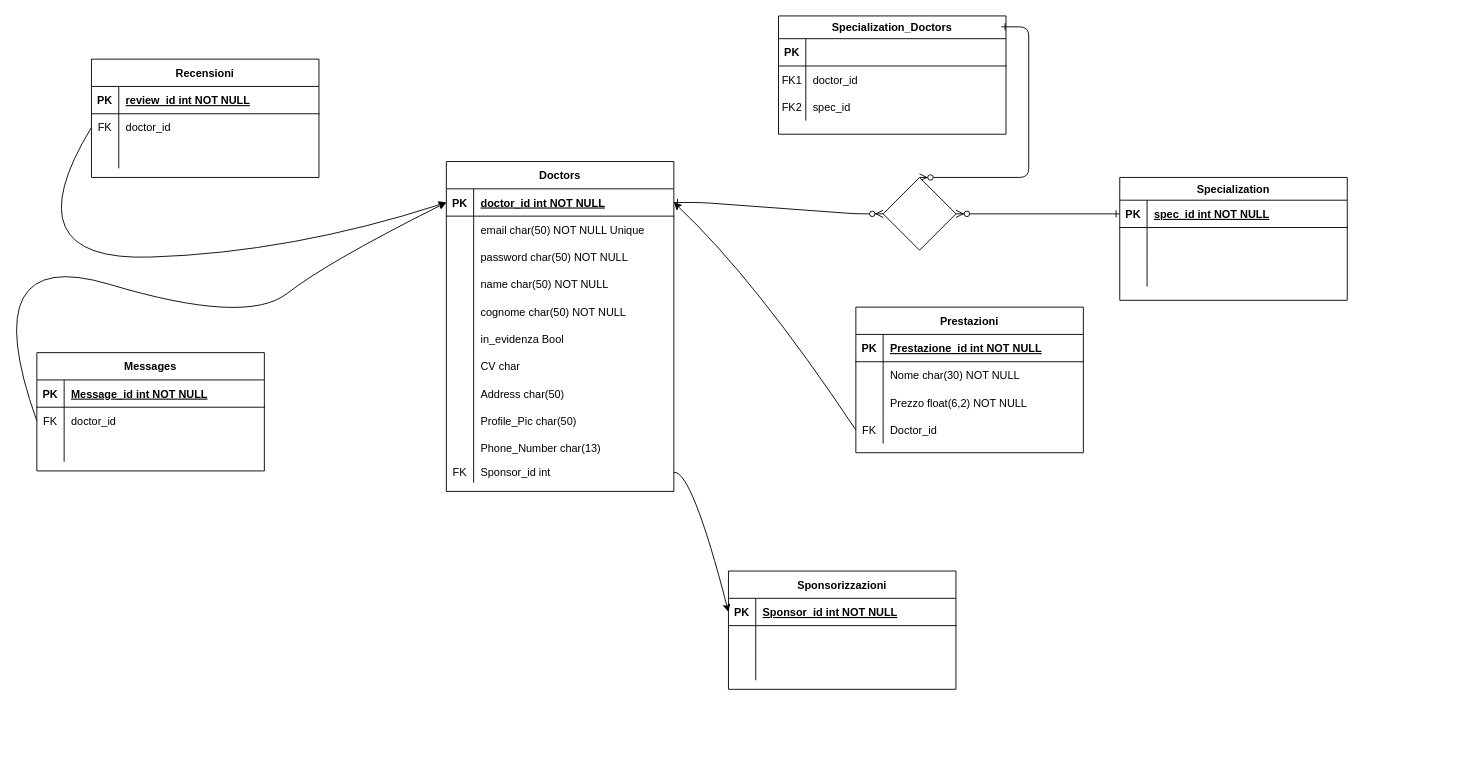
The draw.io diagram 8Doctors.drawio in AlessandroGCatino/CodingChallengeCatino, before the edit. Source tidied: cells renumbered, new cells numbered last; positions are measured from the earlier drawing's top-left corner, leaving out a move shared by most shapes. Both pictures are drawn from the tidied source at 91%, with x=0, y=0 at pixel (-27, 15).
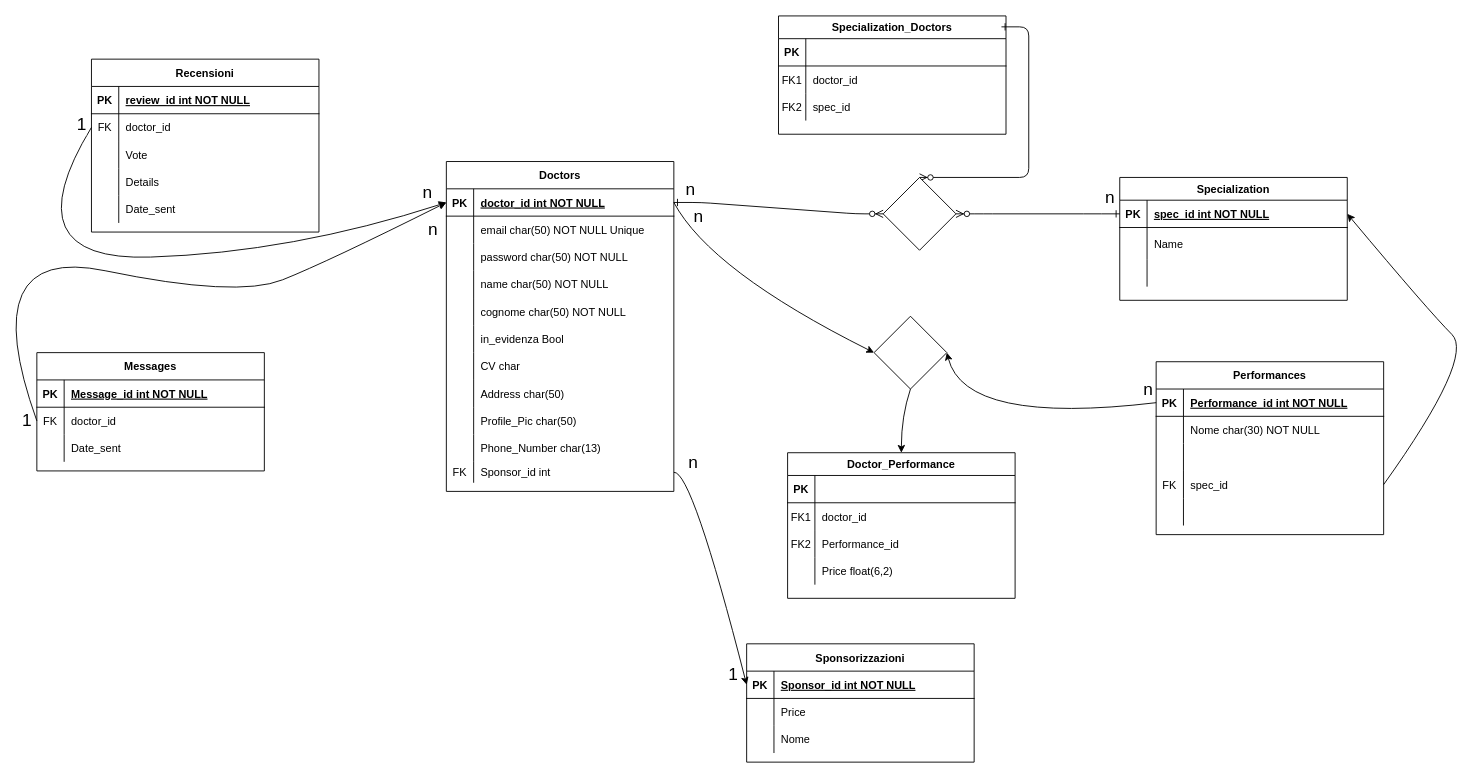
The same diagram, later.

The change refers to these unchanged cells:
```xml
<mxCell id="2" style="edgeStyle=entityRelationEdgeStyle;endArrow=ERzeroToMany;startArrow=ERone;endFill=1;startFill=0;entryX=0;entryY=0.5;entryDx=0;entryDy=0;" parent="1" edge="1" source="14" target="59">
  <mxGeometry relative="1" as="geometry" />
</mxCell>
<mxCell id="4" style="shape=partialRectangle;fillColor=none;points=[[0,0.5],[1,0.5]];portConstraint=eastwest;top=0;left=0;right=0;bottom=1;" parent="3" vertex="1">
  <mxGeometry y="25" width="250" height="30" as="geometry" />
</mxCell>
<mxCell id="7" style="shape=partialRectangle;fillColor=none;top=0;left=0;right=0;bottom=0;" parent="3" vertex="1">
  <mxGeometry y="55" width="250" height="35" as="geometry" />
</mxCell>
<mxCell id="14" style="shape=partialRectangle;fillColor=none;points=[[0,0.5],[1,0.5]];portConstraint=eastwest;top=0;left=0;right=0;bottom=1;" parent="13" vertex="1">
  <mxGeometry y="30" width="250" height="30" as="geometry" />
</mxCell>
<mxCell id="67" style="shape=partialRectangle;fillColor=none;top=0;left=0;right=0;bottom=0;" parent="60" vertex="1">
  <mxGeometry y="90" width="250" height="30" as="geometry" />
</mxCell>
<mxCell id="75" style="shape=partialRectangle;fillColor=none;points=[[0,0.5],[1,0.5]];portConstraint=eastwest;top=0;left=0;right=0;bottom=0;" parent="71" vertex="1">
  <mxGeometry y="60" width="250" height="30" as="geometry" />
</mxCell>
<mxCell id="78" style="shape=partialRectangle;fillColor=none;top=0;left=0;right=0;bottom=0;" parent="71" vertex="1">
  <mxGeometry y="90" width="250" height="30" as="geometry" />
</mxCell>
<mxCell id="86" style="shape=partialRectangle;fillColor=none;top=0;left=0;right=0;bottom=0;" parent="82" vertex="1">
  <mxGeometry y="60" width="250" height="30" as="geometry" />
</mxCell>
<mxCell id="89" style="shape=partialRectangle;fillColor=none;top=0;left=0;right=0;bottom=0;" parent="82" vertex="1">
  <mxGeometry y="90" width="250" height="30" as="geometry" />
</mxCell>
<mxCell id="94" style="shape=partialRectangle;fillColor=none;points=[[0,0.5],[1,0.5]];portConstraint=eastwest;top=0;left=0;right=0;bottom=1;" parent="93" vertex="1">
  <mxGeometry y="30" width="250" height="30" as="geometry" />
</mxCell>
```

The edit, as a diff of the source:
```diff
@@
+    <mxCell id="107" value="n" style="edgeLabel;html=1;align=center;verticalAlign=middle;fontSize=19;" parent="2" vertex="1">
+      <mxGeometry x="-0.85" y="8" relative="1" as="geometry">
+        <mxPoint y="-7" as="offset" />
+      </mxGeometry>
+    </mxCell>
@@
-    <mxCell id="9" style="shape=partialRectangle;overflow=hidden;fillColor=none;top=0;left=0;bottom=0;right=0;align=left;spacingLeft=6;" parent="7" vertex="1">
+    <mxCell id="9" value="Name" style="shape=partialRectangle;overflow=hidden;fillColor=none;top=0;left=0;bottom=0;right=0;align=left;spacingLeft=6;" parent="7" vertex="1">
       <mxGeometry x="30" width="220" height="35" as="geometry" />
     </mxCell>
@@
     <mxCell id="60" value="Recensioni" style="shape=table;startSize=30;childLayout=tableLayout;rowLines=0;fontStyle=1;align=center;" parent="1" vertex="1">
-      <mxGeometry x="130" y="47.5" width="250" height="130" as="geometry" />
+      <mxGeometry x="130" y="47.5" width="250" height="190" as="geometry" />
     </mxCell>
@@
-    <mxCell id="69" style="shape=partialRectangle;overflow=hidden;fillColor=none;top=0;left=0;bottom=0;right=0;align=left;spacingLeft=6;" parent="67" vertex="1">
+    <mxCell id="69" value="Vote" style="shape=partialRectangle;overflow=hidden;fillColor=none;top=0;left=0;bottom=0;right=0;align=left;spacingLeft=6;" parent="67" vertex="1">
       <mxGeometry x="30" width="220" height="30" as="geometry" />
     </mxCell>
+    <mxCell id="108" style="shape=partialRectangle;fillColor=none;top=0;left=0;right=0;bottom=0;" parent="60" vertex="1">
+      <mxGeometry y="120" width="250" height="30" as="geometry" />
+    </mxCell>
+    <mxCell id="109" style="shape=partialRectangle;overflow=hidden;fillColor=none;top=0;left=0;bottom=0;right=0;" parent="108" vertex="1">
+      <mxGeometry width="30" height="30" as="geometry" />
+    </mxCell>
+    <mxCell id="110" value="Details" style="shape=partialRectangle;overflow=hidden;fillColor=none;top=0;left=0;bottom=0;right=0;align=left;spacingLeft=6;" parent="108" vertex="1">
+      <mxGeometry x="30" width="220" height="30" as="geometry" />
+    </mxCell>
+    <mxCell id="111" style="shape=partialRectangle;fillColor=none;top=0;left=0;right=0;bottom=0;" parent="60" vertex="1">
+      <mxGeometry y="150" width="250" height="30" as="geometry" />
+    </mxCell>
+    <mxCell id="112" style="shape=partialRectangle;overflow=hidden;fillColor=none;top=0;left=0;bottom=0;right=0;" parent="111" vertex="1">
+      <mxGeometry width="30" height="30" as="geometry" />
+    </mxCell>
+    <mxCell id="113" value="Date_sent" style="shape=partialRectangle;overflow=hidden;fillColor=none;top=0;left=0;bottom=0;right=0;align=left;spacingLeft=6;" parent="111" vertex="1">
+      <mxGeometry x="30" width="220" height="30" as="geometry" />
+    </mxCell>
@@
-    <mxCell id="80" style="shape=partialRectangle;overflow=hidden;fillColor=none;top=0;left=0;bottom=0;right=0;align=left;spacingLeft=6;" parent="78" vertex="1">
+    <mxCell id="80" value="Date_sent" style="shape=partialRectangle;overflow=hidden;fillColor=none;top=0;left=0;bottom=0;right=0;align=left;spacingLeft=6;" parent="78" vertex="1">
       <mxGeometry x="30" width="220" height="30" as="geometry" />
     </mxCell>
     <mxCell id="81" style="curved=1;endArrow=classic;html=1;rounded=0;entryX=0;entryY=0.5;entryDx=0;entryDy=0;exitX=0;exitY=0.5;exitDx=0;exitDy=0;" parent="1" edge="1" source="75" target="14">
       <mxGeometry relative="1" as="geometry">
         <Array as="points">
           <mxPoint y="250" />
-          <mxPoint x="300" y="340" />
+          <mxPoint x="290" y="310" />
           <mxPoint x="390" y="270" />
         </Array>
       </mxGeometry>
     </mxCell>
     <mxCell id="82" value="Sponsorizzazioni" style="shape=table;startSize=30;childLayout=tableLayout;rowLines=0;fontStyle=1;align=center;" parent="1" vertex="1">
-      <mxGeometry x="830" y="610" width="250" height="130" as="geometry" />
+      <mxGeometry x="850" y="690" width="250" height="130" as="geometry" />
     </mxCell>
@@
-    <mxCell id="88" style="shape=partialRectangle;overflow=hidden;fillColor=none;top=0;left=0;bottom=0;right=0;align=left;spacingLeft=6;" parent="86" vertex="1">
+    <mxCell id="88" value="Price" style="shape=partialRectangle;overflow=hidden;fillColor=none;top=0;left=0;bottom=0;right=0;align=left;spacingLeft=6;" parent="86" vertex="1">
       <mxGeometry x="30" width="220" height="30" as="geometry" />
     </mxCell>
@@
-    <mxCell id="91" style="shape=partialRectangle;overflow=hidden;fillColor=none;top=0;left=0;bottom=0;right=0;align=left;spacingLeft=6;" parent="89" vertex="1">
+    <mxCell id="91" value="Nome" style="shape=partialRectangle;overflow=hidden;fillColor=none;top=0;left=0;bottom=0;right=0;align=left;spacingLeft=6;" parent="89" vertex="1">
       <mxGeometry x="30" width="220" height="30" as="geometry" />
     </mxCell>
@@
-    <mxCell id="93" value="Prestazioni" style="shape=table;startSize=30;childLayout=tableLayout;rowLines=0;fontStyle=1;align=center;" parent="1" vertex="1">
-      <mxGeometry x="970" y="320" width="250" height="160" as="geometry" />
+    <mxCell id="93" value="Performances" style="shape=table;startSize=30;childLayout=tableLayout;rowLines=0;fontStyle=1;align=center;" parent="1" vertex="1">
+      <mxGeometry x="1300" y="380" width="250" height="190" as="geometry" />
     </mxCell>
@@
-    <mxCell id="96" value="Prestazione_id int NOT NULL " style="shape=partialRectangle;overflow=hidden;fillColor=none;top=0;left=0;bottom=0;right=0;align=left;spacingLeft=6;fontStyle=5;" parent="94" vertex="1">
+    <mxCell id="96" value="Performance_id int NOT NULL " style="shape=partialRectangle;overflow=hidden;fillColor=none;top=0;left=0;bottom=0;right=0;align=left;spacingLeft=6;fontStyle=5;" parent="94" vertex="1">
       <mxGeometry x="30" width="220" height="30" as="geometry" />
     </mxCell>
@@
+    <mxCell id="114" style="shape=partialRectangle;fillColor=none;top=0;left=0;right=0;bottom=0;" parent="93" vertex="1">
+      <mxGeometry y="90" width="250" height="30" as="geometry" />
+    </mxCell>
+    <mxCell id="115" style="shape=partialRectangle;overflow=hidden;fillColor=none;top=0;left=0;bottom=0;right=0;" parent="114" vertex="1">
+      <mxGeometry width="30" height="30" as="geometry" />
+    </mxCell>
+    <mxCell id="116" style="shape=partialRectangle;overflow=hidden;fillColor=none;top=0;left=0;bottom=0;right=0;align=left;spacingLeft=6;" parent="114" vertex="1">
+      <mxGeometry x="30" width="220" height="30" as="geometry" />
+    </mxCell>
     <mxCell id="100" style="shape=partialRectangle;fillColor=none;points=[[0,0.5],[1,0.5]];portConstraint=eastwest;top=0;left=0;right=0;bottom=0;" parent="93" vertex="1">
-      <mxGeometry y="90" width="250" height="30" as="geometry" />
+      <mxGeometry y="120" width="250" height="30" as="geometry" />
     </mxCell>
-    <mxCell id="101" style="shape=partialRectangle;overflow=hidden;fillColor=none;top=0;left=0;bottom=0;right=0;" parent="100" vertex="1">
+    <mxCell id="101" value="FK" style="shape=partialRectangle;overflow=hidden;fillColor=none;top=0;left=0;bottom=0;right=0;" parent="100" vertex="1">
       <mxGeometry width="30" height="30" as="geometry" />
     </mxCell>
-    <mxCell id="102" value="Prezzo float(6,2) NOT NULL " style="shape=partialRectangle;overflow=hidden;fillColor=none;top=0;left=0;bottom=0;right=0;align=left;spacingLeft=6;" parent="100" vertex="1">
+    <mxCell id="102" value="spec_id" style="shape=partialRectangle;overflow=hidden;fillColor=none;top=0;left=0;bottom=0;right=0;align=left;spacingLeft=6;" parent="100" vertex="1">
       <mxGeometry x="30" width="220" height="30" as="geometry" />
     </mxCell>
     <mxCell id="103" style="shape=partialRectangle;fillColor=none;points=[[0,0.5],[1,0.5]];portConstraint=eastwest;top=0;left=0;right=0;bottom=0;" parent="93" vertex="1">
-      <mxGeometry y="120" width="250" height="30" as="geometry" />
+      <mxGeometry y="150" width="250" height="30" as="geometry" />
     </mxCell>
-    <mxCell id="104" value="FK" style="shape=partialRectangle;overflow=hidden;fillColor=none;top=0;left=0;bottom=0;right=0;" parent="103" vertex="1">
+    <mxCell id="104" style="shape=partialRectangle;overflow=hidden;fillColor=none;top=0;left=0;bottom=0;right=0;" parent="103" vertex="1">
       <mxGeometry width="30" height="30" as="geometry" />
     </mxCell>
-    <mxCell id="105" value="Doctor_id" style="shape=partialRectangle;overflow=hidden;fillColor=none;top=0;left=0;bottom=0;right=0;align=left;spacingLeft=6;" parent="103" vertex="1">
+    <mxCell id="105" style="shape=partialRectangle;overflow=hidden;fillColor=none;top=0;left=0;bottom=0;right=0;align=left;spacingLeft=6;" parent="103" vertex="1">
       <mxGeometry x="30" width="220" height="30" as="geometry" />
     </mxCell>
-    <mxCell id="106" style="curved=1;endArrow=classic;html=1;rounded=0;exitX=0;exitY=0.5;exitDx=0;exitDy=0;entryX=1;entryY=0.5;entryDx=0;entryDy=0;" parent="1" edge="1" source="103" target="14">
+    <mxCell id="106" style="curved=1;endArrow=classic;html=1;rounded=0;exitX=0;exitY=0.5;exitDx=0;exitDy=0;entryX=1;entryY=0.5;entryDx=0;entryDy=0;" parent="1" edge="1" source="94" target="117">
       <mxGeometry relative="1" as="geometry">
         <Array as="points">
-          <mxPoint x="860" y="290" />
+          <mxPoint x="1090" y="450" />
         </Array>
       </mxGeometry>
     </mxCell>
+    <mxCell id="117" style="rhombus;whiteSpace=wrap;html=1;" parent="1" vertex="1">
+      <mxGeometry x="990" y="330" width="80" height="80" as="geometry" />
+    </mxCell>
+    <mxCell id="118" style="curved=1;endArrow=classic;html=1;rounded=0;exitX=1;exitY=0.5;exitDx=0;exitDy=0;entryX=0;entryY=0.5;entryDx=0;entryDy=0;" parent="1" edge="1" source="14" target="117">
+      <mxGeometry relative="1" as="geometry">
+        <Array as="points">
+          <mxPoint x="810" y="280" />
+        </Array>
+      </mxGeometry>
+    </mxCell>
+    <mxCell id="119" style="curved=1;endArrow=classic;html=1;rounded=0;exitX=0.5;exitY=1;exitDx=0;exitDy=0;" parent="1" edge="1" source="117">
+      <mxGeometry relative="1" as="geometry">
+        <mxPoint x="1020" y="480" as="targetPoint" />
+        <Array as="points">
+          <mxPoint x="1020" y="440" />
+        </Array>
+      </mxGeometry>
+    </mxCell>
+    <mxCell id="120" value="Doctor_Performance" style="shape=table;startSize=25;childLayout=tableLayout;rowLines=0;fontStyle=1;align=center;" parent="1" vertex="1">
+      <mxGeometry x="895" y="480" width="250" height="160" as="geometry" />
+    </mxCell>
+    <mxCell id="121" style="shape=partialRectangle;fillColor=none;top=0;left=0;right=0;bottom=1;" parent="120" vertex="1">
+      <mxGeometry y="25" width="250" height="30" as="geometry" />
+    </mxCell>
+    <mxCell id="122" value="PK" style="shape=partialRectangle;overflow=hidden;fillColor=none;top=0;left=0;bottom=0;right=0;fontStyle=1;" parent="121" vertex="1">
+      <mxGeometry width="30" height="30" as="geometry" />
+    </mxCell>
+    <mxCell id="123" style="shape=partialRectangle;overflow=hidden;fillColor=none;top=0;left=0;bottom=0;right=0;align=left;spacingLeft=6;fontStyle=5;" parent="121" vertex="1">
+      <mxGeometry x="30" width="220" height="30" as="geometry" />
+    </mxCell>
+    <mxCell id="124" style="shape=partialRectangle;fillColor=none;top=0;left=0;right=0;bottom=0;" parent="120" vertex="1">
+      <mxGeometry y="55" width="250" height="30" as="geometry" />
+    </mxCell>
+    <mxCell id="125" value="FK1" style="shape=partialRectangle;overflow=hidden;fillColor=none;top=0;left=0;bottom=0;right=0;" parent="124" vertex="1">
+      <mxGeometry width="30" height="30" as="geometry" />
+    </mxCell>
+    <mxCell id="126" value="doctor_id" style="shape=partialRectangle;overflow=hidden;fillColor=none;top=0;left=0;bottom=0;right=0;align=left;spacingLeft=6;" parent="124" vertex="1">
+      <mxGeometry x="30" width="220" height="30" as="geometry" />
+    </mxCell>
+    <mxCell id="127" style="shape=partialRectangle;fillColor=none;top=0;left=0;right=0;bottom=0;" parent="120" vertex="1">
+      <mxGeometry y="85" width="250" height="30" as="geometry" />
+    </mxCell>
+    <mxCell id="128" value="FK2" style="shape=partialRectangle;overflow=hidden;fillColor=none;top=0;left=0;bottom=0;right=0;" parent="127" vertex="1">
+      <mxGeometry width="30" height="30" as="geometry" />
+    </mxCell>
+    <mxCell id="129" value="Performance_id" style="shape=partialRectangle;overflow=hidden;fillColor=none;top=0;left=0;bottom=0;right=0;align=left;spacingLeft=6;" parent="127" vertex="1">
+      <mxGeometry x="30" width="220" height="30" as="geometry" />
+    </mxCell>
+    <mxCell id="130" style="shape=partialRectangle;fillColor=none;top=0;left=0;right=0;bottom=0;" parent="120" vertex="1">
+      <mxGeometry y="115" width="250" height="30" as="geometry" />
+    </mxCell>
+    <mxCell id="131" style="shape=partialRectangle;overflow=hidden;fillColor=none;top=0;left=0;bottom=0;right=0;" parent="130" vertex="1">
+      <mxGeometry width="30" height="30" as="geometry" />
+    </mxCell>
+    <mxCell id="132" value="Price float(6,2)" style="shape=partialRectangle;overflow=hidden;fillColor=none;top=0;left=0;bottom=0;right=0;align=left;spacingLeft=6;" parent="130" vertex="1">
+      <mxGeometry x="30" width="220" height="30" as="geometry" />
+    </mxCell>
+    <mxCell id="133" style="curved=1;endArrow=classic;html=1;rounded=0;exitX=1;exitY=0.5;exitDx=0;exitDy=0;entryX=1;entryY=0.5;entryDx=0;entryDy=0;" parent="1" edge="1" source="100" target="4">
+      <mxGeometry relative="1" as="geometry">
+        <Array as="points">
+          <mxPoint x="1650" y="375" />
+          <mxPoint x="1600" y="325" />
+        </Array>
+      </mxGeometry>
+    </mxCell>
+    <mxCell id="134" value="n" style="edgeLabel;html=1;align=center;verticalAlign=middle;fontSize=19;" parent="1" vertex="1">
+      <mxGeometry x="796.7" y="190" as="geometry">
+        <mxPoint x="452" y="9" as="offset" />
+      </mxGeometry>
+    </mxCell>
+    <mxCell id="135" value="n" style="edgeLabel;html=1;align=center;verticalAlign=middle;fontSize=19;" parent="1" vertex="1">
+      <mxGeometry x="796.7" y="220" as="geometry" />
+    </mxCell>
+    <mxCell id="136" value="n" style="edgeLabel;html=1;align=center;verticalAlign=middle;fontSize=19;" parent="1" vertex="1">
+      <mxGeometry x="1290" y="410" as="geometry" />
+    </mxCell>
+    <mxCell id="137" value="n" style="edgeLabel;html=1;align=center;verticalAlign=middle;fontSize=19;" parent="1" vertex="1">
+      <mxGeometry x="790" y="490" as="geometry" />
+    </mxCell>
+    <mxCell id="138" value="1" style="edgeLabel;html=1;align=center;verticalAlign=middle;fontSize=19;" parent="1" vertex="1">
+      <mxGeometry x="830" y="720" as="geometry">
+        <mxPoint x="4" y="3" as="offset" />
+      </mxGeometry>
+    </mxCell>
+    <mxCell id="139" value="n" style="edgeLabel;html=1;align=center;verticalAlign=middle;fontSize=19;" parent="1" vertex="1">
+      <mxGeometry x="790" y="510" as="geometry">
+        <mxPoint x="-292" y="-316" as="offset" />
+      </mxGeometry>
+    </mxCell>
+    <mxCell id="140" value="n" style="edgeLabel;html=1;align=center;verticalAlign=middle;fontSize=19;" parent="1" vertex="1">
+      <mxGeometry x="796.7" y="550" as="geometry">
+        <mxPoint x="-292" y="-316" as="offset" />
+      </mxGeometry>
+    </mxCell>
+    <mxCell id="141" value="1" style="edgeLabel;html=1;align=center;verticalAlign=middle;fontSize=19;" parent="1" vertex="1">
+      <mxGeometry x="350" y="760" as="geometry">
+        <mxPoint x="-292" y="-316" as="offset" />
+      </mxGeometry>
+    </mxCell>
+    <mxCell id="142" value="1" style="edgeLabel;html=1;align=center;verticalAlign=middle;fontSize=19;" parent="1" vertex="1">
+      <mxGeometry x="410" y="435" as="geometry">
+        <mxPoint x="-292" y="-316" as="offset" />
+      </mxGeometry>
+    </mxCell>
```
